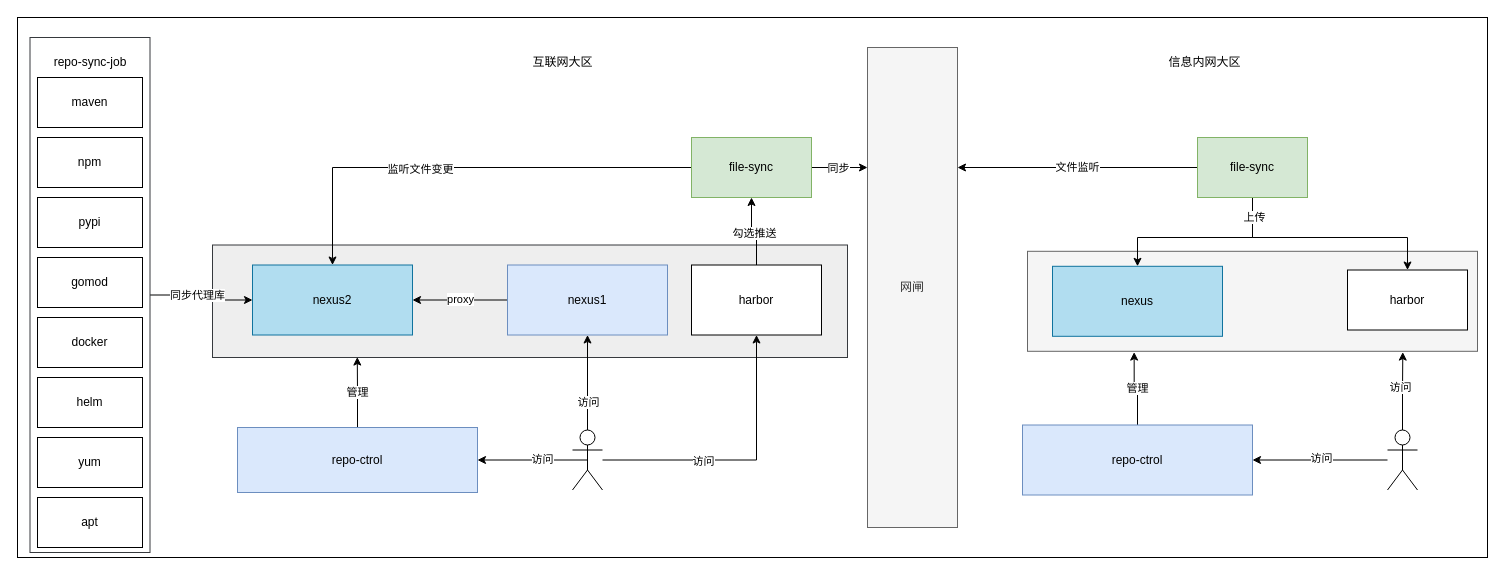
Before: page "第 2 页" (2 of 10) of ProductRepository.drawio in zzl-code/drawImg, a draw.io diagram. Source tidied: cells renumbered, new cells numbered last; positions are measured from the earlier drawing's top-left corner, leaving out a move shared by most shapes. Both pictures are drawn from the tidied source at 100%, with x=0, y=0 at pixel (17, 17).
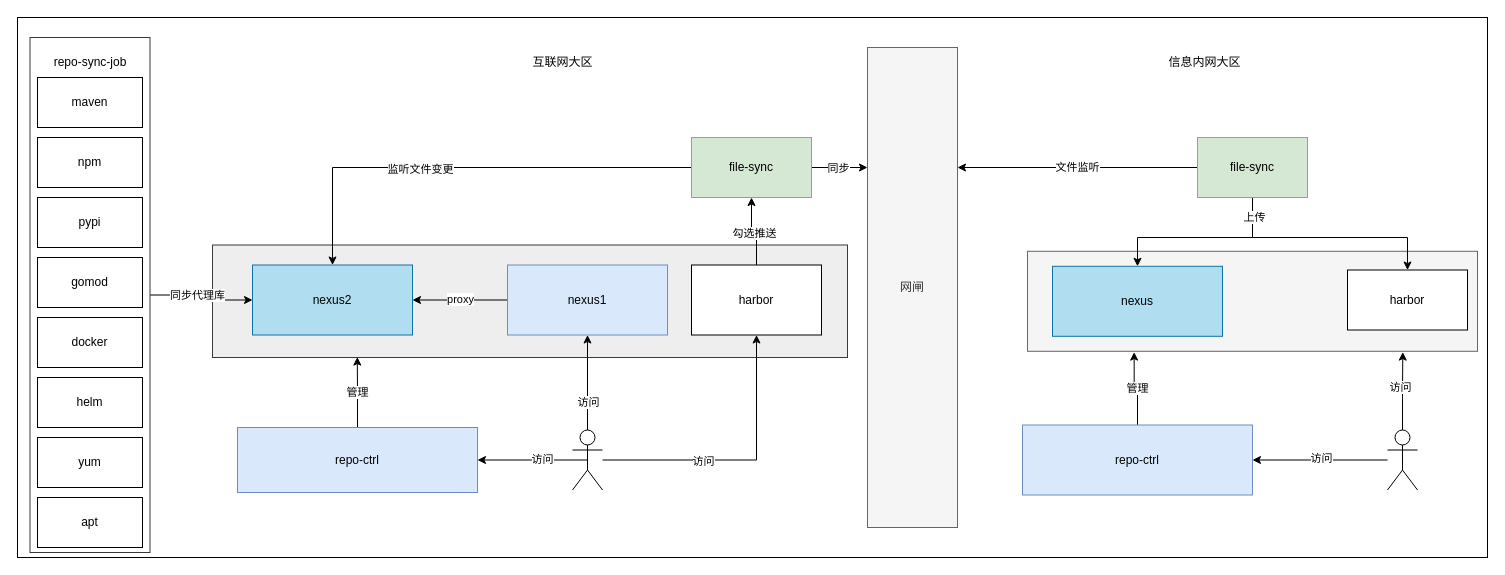
The same page after the edit.

The edit, as a diff of the source:
```diff
@@
-    <mxCell id="31" value="repo-ctrol" style="rounded=0;whiteSpace=wrap;html=1;fillColor=#dae8fc;strokeColor=#6c8ebf;" parent="1" vertex="1">
+    <mxCell id="31" value="repo-ctrl" style="rounded=0;whiteSpace=wrap;html=1;fillColor=#dae8fc;strokeColor=#6c8ebf;" parent="1" vertex="1">
       <mxGeometry x="220" y="410" width="240" height="65" as="geometry" />
     </mxCell>
@@
-    <mxCell id="34" value="repo-ctrol" style="rounded=0;whiteSpace=wrap;html=1;fillColor=#dae8fc;strokeColor=#6c8ebf;" parent="1" vertex="1">
+    <mxCell id="34" value="repo-ctrl" style="rounded=0;whiteSpace=wrap;html=1;fillColor=#dae8fc;strokeColor=#6c8ebf;" parent="1" vertex="1">
       <mxGeometry x="1005" y="407.5" width="230" height="70" as="geometry" />
     </mxCell>
```
